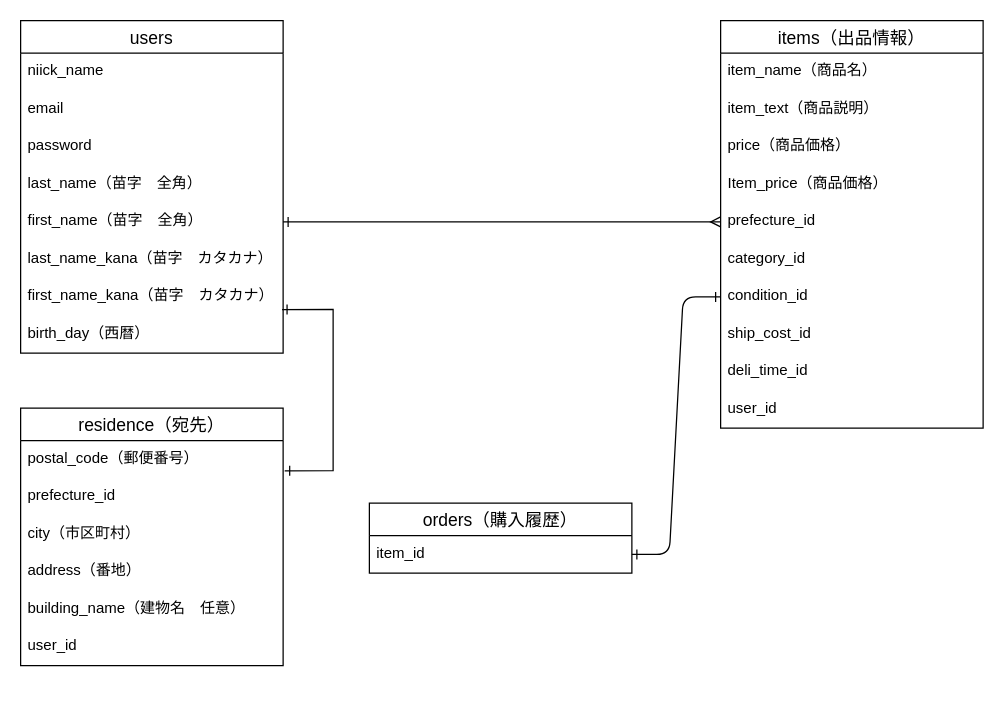
hiroshi-43/furima-41006 keeps this draw.io diagram as ER.dio. Above is the earlier version. Source tidied: cells renumbered, new cells numbered last; positions are measured from the earlier drawing's top-left corner, leaving out a move shared by most shapes. Both pictures are drawn from the tidied source at 125%, with x=0, y=0 at pixel (20, 20).
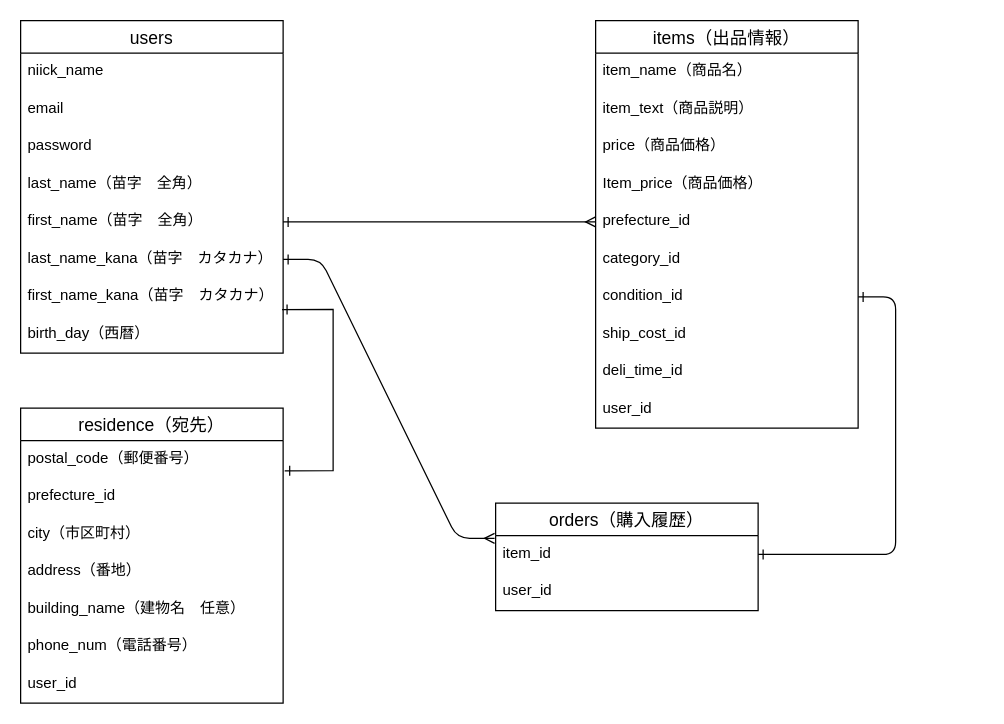
The same page after the edit.

Commit message (it also covers changes not shown here):
データベース設計　修正②

The change refers to these unchanged cells:
```xml
<mxCell id="8" value="last_name_kana（苗字　カタカナ）" style="text;strokeColor=none;fillColor=none;spacingLeft=4;spacingRight=4;overflow=hidden;points=[[0,0.5],[1,0.5]];portConstraint=eastwest;fontSize=12;" parent="2" vertex="1">
  <mxGeometry y="176" width="210" height="30" as="geometry" />
</mxCell>
<mxCell id="31" value="item_id" style="text;strokeColor=none;fillColor=none;spacingLeft=4;spacingRight=4;overflow=hidden;points=[[0,0.5],[1,0.5]];portConstraint=eastwest;fontSize=12;" parent="30" vertex="1">
  <mxGeometry y="26" width="210" height="30" as="geometry" />
</mxCell>
```

Diff of the diagram source:
```diff
@@
     <mxCell id="11" value="items（出品情報）" style="swimlane;fontStyle=0;horizontal=1;startSize=26;align=center;fontSize=14;" parent="1" vertex="1">
-      <mxGeometry x="560" width="210" height="326" as="geometry" />
+      <mxGeometry x="460" width="210" height="326" as="geometry" />
     </mxCell>
@@
     <mxCell id="23" value="residence（宛先）" style="swimlane;fontStyle=0;horizontal=1;startSize=26;align=center;fontSize=14;" parent="1" vertex="1">
-      <mxGeometry y="310" width="210" height="206" as="geometry" />
+      <mxGeometry y="310" width="210" height="236" as="geometry" />
     </mxCell>
@@
-    <mxCell id="29" value="user_id" style="text;strokeColor=none;fillColor=none;spacingLeft=4;spacingRight=4;overflow=hidden;fontSize=12;" parent="23" vertex="1">
+    <mxCell id="29" value="phone_num（電話番号）" style="text;strokeColor=none;fillColor=none;spacingLeft=4;spacingRight=4;overflow=hidden;fontSize=12;" parent="23" vertex="1">
       <mxGeometry y="176" width="210" height="30" as="geometry" />
     </mxCell>
+    <mxCell id="34" value="user_id" style="text;strokeColor=none;fillColor=none;spacingLeft=4;spacingRight=4;overflow=hidden;fontSize=12;" parent="23" vertex="1">
+      <mxGeometry y="206" width="210" height="30" as="geometry" />
+    </mxCell>
     <mxCell id="30" value="orders（購入履歴）" style="swimlane;fontStyle=0;horizontal=1;startSize=26;align=center;fontSize=14;" parent="1" vertex="1">
-      <mxGeometry x="279" y="386" width="210" height="56" as="geometry" />
+      <mxGeometry x="380" y="386" width="210" height="86" as="geometry" />
     </mxCell>
@@
+    <mxCell id="35" value="user_id" style="text;strokeColor=none;fillColor=none;spacingLeft=4;spacingRight=4;overflow=hidden;fontSize=12;" parent="30" vertex="1">
+      <mxGeometry y="56" width="210" height="30" as="geometry" />
+    </mxCell>
@@
+    <mxCell id="36" style="edgeStyle=entityRelationEdgeStyle;fontSize=12;html=1;endArrow=ERone;endFill=0;entryX=1;entryY=0.5;entryDx=0;entryDy=0;exitX=-0.004;exitY=0.072;exitDx=0;exitDy=0;exitPerimeter=0;startArrow=ERmany;startFill=0;" parent="1" edge="1" source="31" target="8">
+      <mxGeometry relative="1" as="geometry" />
+    </mxCell>
```
